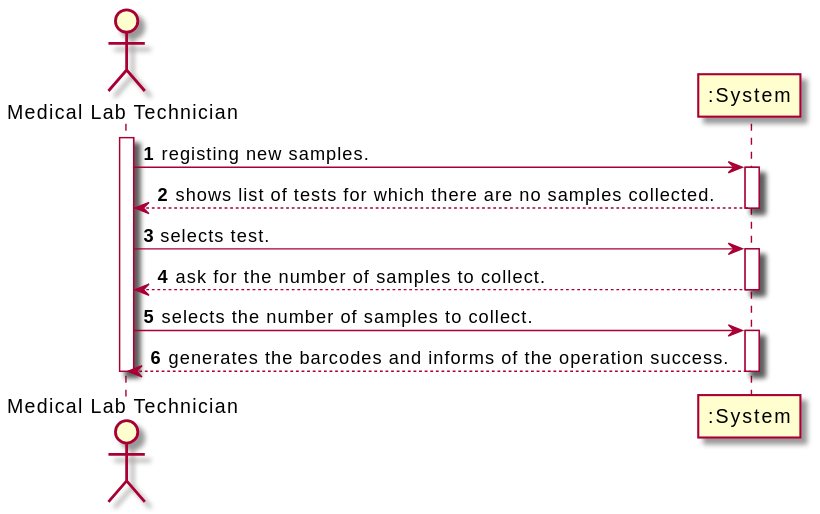
Earlier version of the PlantUML export docs/SprintD/US_2/UC2_SSD.svg (RuiRioPina/LAPR2-20-21).
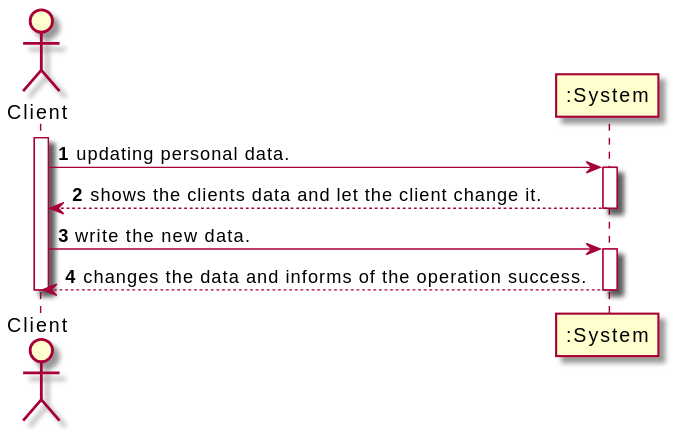
The same diagram one commit later.

The edit, as a diff of the source:
```diff
@@ -1,22 +1,17 @@
 @startuml
 autonumber
-actor "Medical Lab Technician" as MEDLT
+actor "Client" as CLT
 
-activate MEDLT
-MEDLT-> ":System" : registing new samples.
+activate CLT
+CLT -> ":System" : updating personal data.
 activate ":System"
-":System" --> MEDLT : shows list of tests for which there are no samples collected.
+":System" --> CLT: shows the clients data and let the client change it.
 deactivate ":System"
 
-MEDLT -> ":System" : selects test.
+CLT -> ":System" : write the new data.
 activate ":System"
-":System" --> MEDLT : ask for the number of samples to collect.
+":System" --> CLT: changes the data and informs of the operation success.
 deactivate ":System"
 
-MEDLT -> ":System" : selects the number of samples to collect.
-activate ":System"
-":System" --> MEDLT : generates the barcodes and informs of the operation success.
-deactivate ":System"
-
-deactivate MEDLT
+deactivate CLT
 @enduml
```
